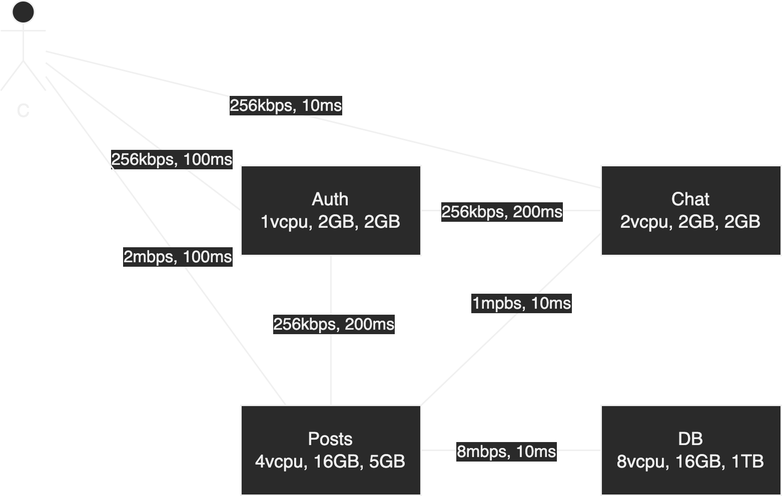
Before: notes/app-social media.drawio.png, a diagram exported from draw.io (Manasvini/mesh-bw-scheduler). Source tidied: cells renumbered, new cells last; positions are measured from the earlier drawing's top-left corner, leaving out a move shared by most shapes. The source it was exported from:
```xml
<mxGraphModel>
  <root>
    <mxCell id="0" />
    <mxCell id="1" parent="0" />
    <mxCell id="2" style="jettySize=auto;html=1;exitX=0;exitY=0.75;exitDx=0;exitDy=0;entryX=1;entryY=0;entryDx=0;entryDy=0;rounded=0;endArrow=none;endFill=0;" parent="1" edge="1" source="19" target="17">
      <mxGeometry relative="1" as="geometry" />
    </mxCell>
    <mxCell id="3" value="1mpbs, 10ms" style="edgeLabel;html=1;align=center;verticalAlign=middle;" parent="2" vertex="1">
      <mxGeometry x="-0.15" y="-3" relative="1" as="geometry" />
    </mxCell>
    <mxCell id="4" style="edgeStyle=none;rounded=0;jettySize=auto;html=1;exitX=0;exitY=0.5;exitDx=0;exitDy=0;entryX=1;entryY=0.5;entryDx=0;entryDy=0;endArrow=none;endFill=0;" parent="1" edge="1" source="19" target="20">
      <mxGeometry relative="1" as="geometry" />
    </mxCell>
    <mxCell id="5" value="256kbps, 200ms" style="edgeLabel;html=1;align=center;verticalAlign=middle;" parent="4" vertex="1">
      <mxGeometry x="0.35" y="2" relative="1" as="geometry">
        <mxPoint x="14" y="-2" as="offset" />
      </mxGeometry>
    </mxCell>
    <mxCell id="6" style="edgeStyle=none;rounded=0;jettySize=auto;html=1;exitX=0.5;exitY=0;exitDx=0;exitDy=0;entryX=0.5;entryY=1;entryDx=0;entryDy=0;endArrow=none;endFill=0;" parent="1" edge="1" source="17" target="20">
      <mxGeometry relative="1" as="geometry" />
    </mxCell>
    <mxCell id="7" value="256kbps, 200ms" style="edgeLabel;html=1;align=center;verticalAlign=middle;" parent="6" vertex="1">
      <mxGeometry x="0.1" y="-1" relative="1" as="geometry" />
    </mxCell>
    <mxCell id="8" style="edgeStyle=none;rounded=0;jettySize=auto;html=1;exitX=1;exitY=0.5;exitDx=0;exitDy=0;endArrow=none;endFill=0;entryX=0;entryY=0.5;entryDx=0;entryDy=0;" parent="1" edge="1" source="17" target="18">
      <mxGeometry relative="1" as="geometry" />
    </mxCell>
    <mxCell id="9" value="8mbps, 10ms" style="edgeLabel;html=1;align=center;verticalAlign=middle;" parent="8" vertex="1">
      <mxGeometry x="-0.2" y="-2" relative="1" as="geometry">
        <mxPoint x="8" y="-2" as="offset" />
      </mxGeometry>
    </mxCell>
    <mxCell id="10" style="edgeStyle=none;rounded=0;jettySize=auto;html=1;endArrow=none;endFill=0;entryX=0;entryY=0.5;entryDx=0;entryDy=0;" parent="1" edge="1" source="16" target="20">
      <mxGeometry relative="1" as="geometry" />
    </mxCell>
    <mxCell id="11" value="256kbps, 100ms" style="edgeLabel;html=1;align=center;verticalAlign=middle;" parent="10" vertex="1">
      <mxGeometry x="0.29" y="-1" relative="1" as="geometry" />
    </mxCell>
    <mxCell id="12" style="edgeStyle=none;rounded=0;jettySize=auto;html=1;endArrow=none;endFill=0;entryX=0.25;entryY=0;entryDx=0;entryDy=0;" parent="1" edge="1" source="16" target="17">
      <mxGeometry relative="1" as="geometry" />
    </mxCell>
    <mxCell id="13" value="2mbps, 100ms" style="edgeLabel;html=1;align=center;verticalAlign=middle;" parent="12" vertex="1">
      <mxGeometry x="0.1" relative="1" as="geometry" />
    </mxCell>
    <mxCell id="14" style="edgeStyle=none;rounded=0;jettySize=auto;html=1;endArrow=none;endFill=0;entryX=0;entryY=0.25;entryDx=0;entryDy=0;" parent="1" edge="1" source="16" target="19">
      <mxGeometry relative="1" as="geometry" />
    </mxCell>
    <mxCell id="15" value="256kbps, 10ms" style="edgeLabel;html=1;align=center;verticalAlign=middle;" parent="14" vertex="1">
      <mxGeometry x="-0.37" y="2" relative="1" as="geometry">
        <mxPoint x="42" y="9" as="offset" />
      </mxGeometry>
    </mxCell>
    <mxCell id="16" value="C" style="shape=umlActor;verticalLabelPosition=bottom;verticalAlign=top;html=1;outlineConnect=0;" parent="1" vertex="1">
      <mxGeometry width="30" height="60" as="geometry" />
    </mxCell>
    <mxCell id="17" value="Posts&lt;br&gt;4vcpu, 16GB, 5GB" style="rounded=0;whiteSpace=wrap;html=1;" parent="1" vertex="1">
      <mxGeometry x="160" y="270" width="120" height="60" as="geometry" />
    </mxCell>
    <mxCell id="18" value="DB&lt;br&gt;8vcpu, 16GB, 1TB" style="rounded=0;whiteSpace=wrap;html=1;" parent="1" vertex="1">
      <mxGeometry x="400" y="270" width="120" height="60" as="geometry" />
    </mxCell>
    <mxCell id="19" value="Chat&lt;br&gt;2vcpu, 2GB, 2GB" style="rounded=0;whiteSpace=wrap;html=1;" parent="1" vertex="1">
      <mxGeometry x="400" y="110" width="120" height="60" as="geometry" />
    </mxCell>
    <mxCell id="20" value="Auth&lt;br&gt;1vcpu, 2GB, 2GB" style="rounded=0;whiteSpace=wrap;html=1;" parent="1" vertex="1">
      <mxGeometry x="160" y="110" width="120" height="60" as="geometry" />
    </mxCell>
  </root>
</mxGraphModel>
```
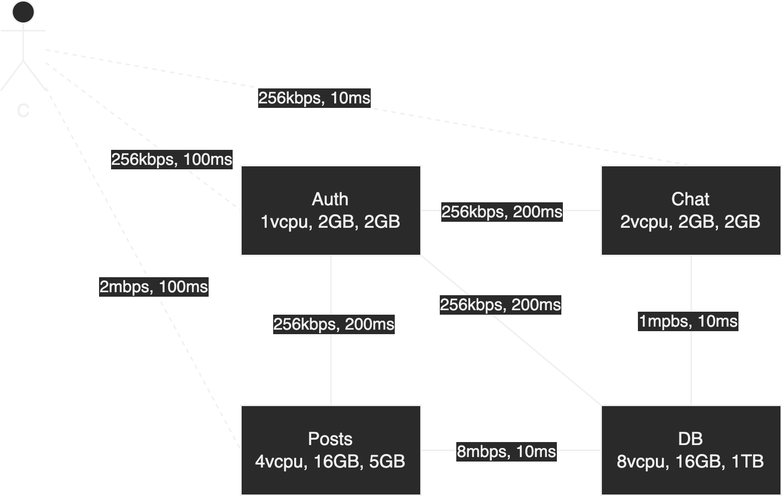
The same diagram one commit later.

Diff of the diagram source:
```diff
@@ -2,7 +2,7 @@
   <root>
     <mxCell id="0" />
     <mxCell id="1" parent="0" />
-    <mxCell id="2" style="jettySize=auto;html=1;exitX=0;exitY=0.75;exitDx=0;exitDy=0;entryX=1;entryY=0;entryDx=0;entryDy=0;rounded=0;endArrow=none;endFill=0;" parent="1" edge="1" source="19" target="17">
+    <mxCell id="2" style="jettySize=auto;html=1;exitX=0.5;exitY=1;exitDx=0;exitDy=0;entryX=0.5;entryY=0;entryDx=0;entryDy=0;rounded=0;endArrow=none;endFill=0;" parent="1" edge="1" source="19" target="18">
       <mxGeometry relative="1" as="geometry" />
     </mxCell>
     <mxCell id="3" value="1mpbs, 10ms" style="edgeLabel;html=1;align=center;verticalAlign=middle;" parent="2" vertex="1">
@@ -30,19 +30,19 @@
         <mxPoint x="8" y="-2" as="offset" />
       </mxGeometry>
     </mxCell>
-    <mxCell id="10" style="edgeStyle=none;rounded=0;jettySize=auto;html=1;endArrow=none;endFill=0;entryX=0;entryY=0.5;entryDx=0;entryDy=0;" parent="1" edge="1" source="16" target="20">
+    <mxCell id="10" style="edgeStyle=none;rounded=0;jettySize=auto;html=1;endArrow=none;endFill=0;entryX=0;entryY=0.5;entryDx=0;entryDy=0;dashed=1;" parent="1" edge="1" source="16" target="20">
       <mxGeometry relative="1" as="geometry" />
     </mxCell>
     <mxCell id="11" value="256kbps, 100ms" style="edgeLabel;html=1;align=center;verticalAlign=middle;" parent="10" vertex="1">
       <mxGeometry x="0.29" y="-1" relative="1" as="geometry" />
     </mxCell>
-    <mxCell id="12" style="edgeStyle=none;rounded=0;jettySize=auto;html=1;endArrow=none;endFill=0;entryX=0.25;entryY=0;entryDx=0;entryDy=0;" parent="1" edge="1" source="16" target="17">
+    <mxCell id="12" style="edgeStyle=none;rounded=0;jettySize=auto;html=1;endArrow=none;endFill=0;entryX=0;entryY=0.5;entryDx=0;entryDy=0;dashed=1;" parent="1" edge="1" source="16" target="17">
       <mxGeometry relative="1" as="geometry" />
     </mxCell>
     <mxCell id="13" value="2mbps, 100ms" style="edgeLabel;html=1;align=center;verticalAlign=middle;" parent="12" vertex="1">
       <mxGeometry x="0.1" relative="1" as="geometry" />
     </mxCell>
-    <mxCell id="14" style="edgeStyle=none;rounded=0;jettySize=auto;html=1;endArrow=none;endFill=0;entryX=0;entryY=0.25;entryDx=0;entryDy=0;" parent="1" edge="1" source="16" target="19">
+    <mxCell id="14" style="edgeStyle=none;rounded=0;jettySize=auto;html=1;endArrow=none;endFill=0;entryX=0.5;entryY=0;entryDx=0;entryDy=0;dashed=1;" parent="1" edge="1" source="16" target="19">
       <mxGeometry relative="1" as="geometry" />
     </mxCell>
     <mxCell id="15" value="256kbps, 10ms" style="edgeLabel;html=1;align=center;verticalAlign=middle;" parent="14" vertex="1">
@@ -65,5 +65,13 @@
     <mxCell id="20" value="Auth&lt;br&gt;1vcpu, 2GB, 2GB" style="rounded=0;whiteSpace=wrap;html=1;" parent="1" vertex="1">
       <mxGeometry x="160" y="110" width="120" height="60" as="geometry" />
     </mxCell>
+    <mxCell id="21" style="edgeStyle=none;rounded=0;jettySize=auto;html=1;exitX=0;exitY=0;exitDx=0;exitDy=0;entryX=1;entryY=1;entryDx=0;entryDy=0;endArrow=none;endFill=0;" parent="1" edge="1" source="18" target="20">
+      <mxGeometry relative="1" as="geometry" />
+    </mxCell>
+    <mxCell id="22" value="256kbps, 200ms" style="edgeLabel;html=1;align=center;verticalAlign=middle;" parent="21" vertex="1">
+      <mxGeometry x="0.35" y="2" relative="1" as="geometry">
+        <mxPoint x="14" y="-2" as="offset" />
+      </mxGeometry>
+    </mxCell>
   </root>
 </mxGraphModel>
```
